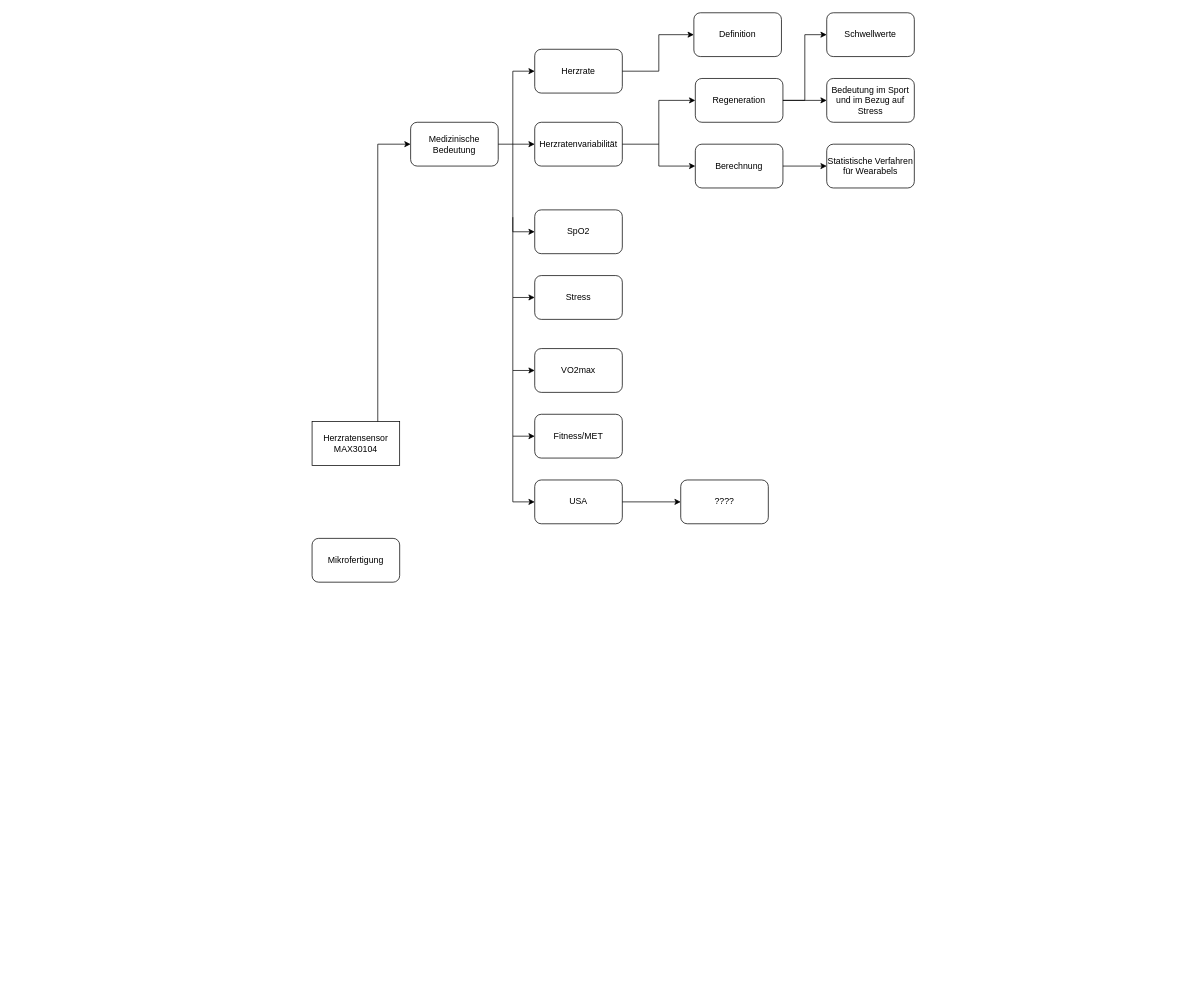
Earlier version of the draw.io diagram MNST.drawio (Lostqw1/Funfun). Source tidied: cells renumbered, new cells numbered last; positions are measured from the earlier drawing's top-left corner, leaving out a move shared by most shapes. Both pictures are drawn from the tidied source at 73%, with x=0, y=0 at pixel (312, 12).
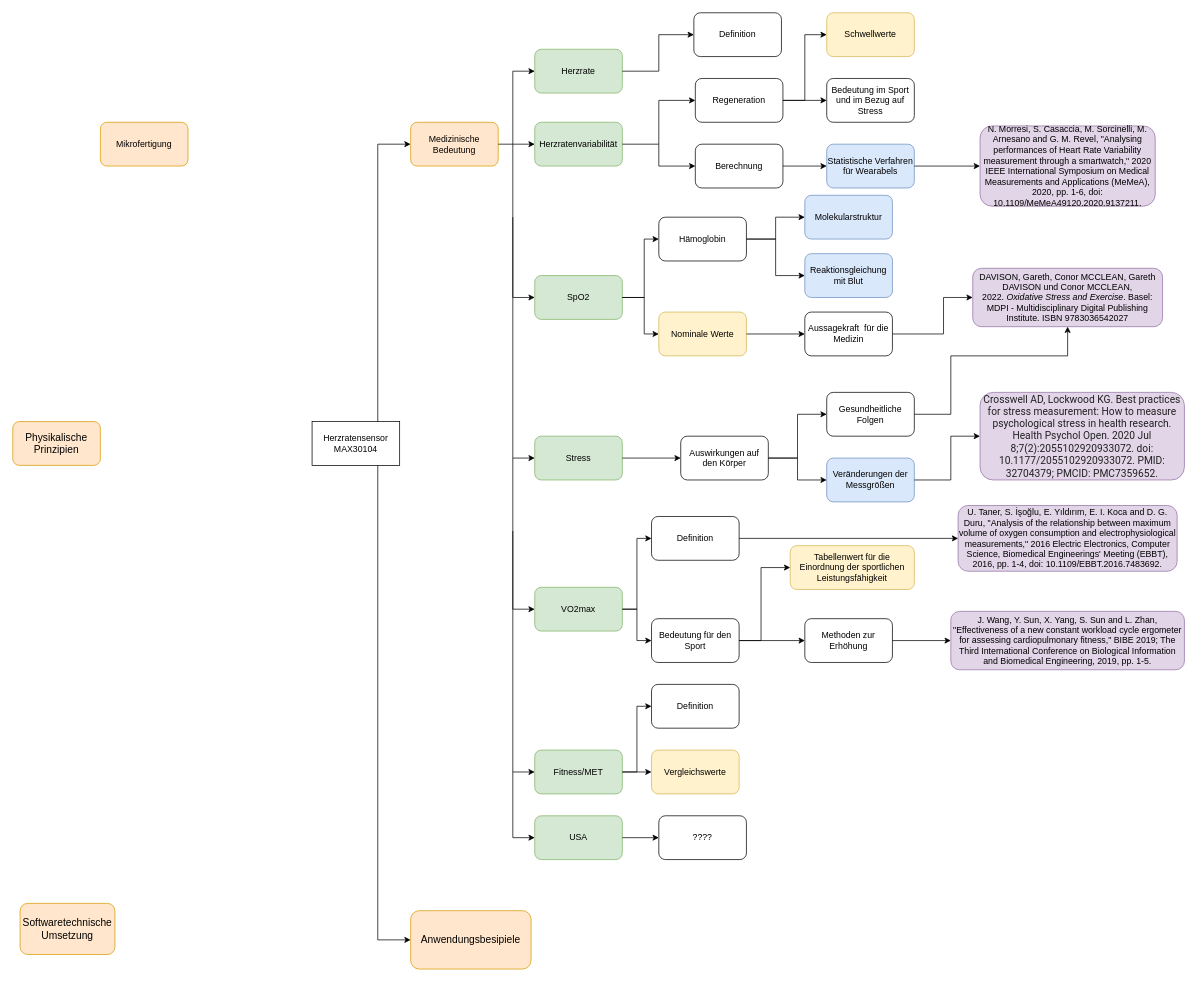
Above is the later version.

Unchanged cells that the change refers to:
```xml
<mxCell id="2" value="Herzratensensor&lt;br&gt;MAX30104" style="rounded=0;whiteSpace=wrap;html=1;" parent="1" vertex="1">
  <mxGeometry y="560" width="120" height="60" as="geometry" />
</mxCell>
```

Change to the diagram source:
```diff
@@
-    <mxCell id="3" value="Medizinische Bedeutung" style="rounded=1&#10;;whiteSpace=wrap;html=1;" parent="1" vertex="1">
+    <mxCell id="3" value="Medizinische Bedeutung" style="rounded=1&#10;;whiteSpace=wrap;html=1;fillColor=#ffe6cc;strokeColor=#d79b00;" parent="1" vertex="1">
       <mxGeometry x="135" y="150" width="120" height="60" as="geometry" />
     </mxCell>
-    <mxCell id="4" value="Mikrofertigung" style="rounded=1;whiteSpace=wrap;html=1;" parent="1" vertex="1">
-      <mxGeometry y="720" width="120" height="60" as="geometry" />
+    <mxCell id="4" value="Mikrofertigung" style="rounded=1;whiteSpace=wrap;html=1;fillColor=#ffe6cc;strokeColor=#d79b00;" parent="1" vertex="1">
+      <mxGeometry x="-290" y="150" width="120" height="60" as="geometry" />
     </mxCell>
@@
-    <mxCell id="6" value="Herzrate" style="rounded=1;whiteSpace=wrap;html=1;" parent="1" vertex="1">
+    <mxCell id="6" value="Herzrate" style="rounded=1;whiteSpace=wrap;html=1;fillColor=#d5e8d4;strokeColor=#82b366;" parent="1" vertex="1">
       <mxGeometry x="305" y="50" width="120" height="60" as="geometry" />
     </mxCell>
-    <mxCell id="7" value="Herzratenvariabilität" style="rounded=1;whiteSpace=wrap;html=1;" parent="1" vertex="1">
+    <mxCell id="7" value="Herzratenvariabilität" style="rounded=1;whiteSpace=wrap;html=1;fillColor=#d5e8d4;strokeColor=#82b366;" parent="1" vertex="1">
       <mxGeometry x="305" y="150" width="120" height="60" as="geometry" />
     </mxCell>
-    <mxCell id="8" value="SpO2" style="rounded=1;whiteSpace=wrap;html=1;" parent="1" vertex="1">
-      <mxGeometry x="305" y="270" width="120" height="60" as="geometry" />
+    <mxCell id="8" value="SpO2" style="rounded=1;whiteSpace=wrap;html=1;fillColor=#d5e8d4;strokeColor=#82b366;" parent="1" vertex="1">
+      <mxGeometry x="305" y="360" width="120" height="60" as="geometry" />
     </mxCell>
-    <mxCell id="9" value="Stress" style="rounded=1;whiteSpace=wrap;html=1;" parent="1" vertex="1">
-      <mxGeometry x="305" y="360" width="120" height="60" as="geometry" />
+    <mxCell id="9" value="Stress" style="rounded=1;whiteSpace=wrap;html=1;fillColor=#d5e8d4;strokeColor=#82b366;" parent="1" vertex="1">
+      <mxGeometry x="305" y="580" width="120" height="60" as="geometry" />
     </mxCell>
-    <mxCell id="10" value="VO2max" style="rounded=1;whiteSpace=wrap;html=1;" parent="1" vertex="1">
-      <mxGeometry x="305" y="460" width="120" height="60" as="geometry" />
+    <mxCell id="10" value="VO2max" style="rounded=1;whiteSpace=wrap;html=1;fillColor=#d5e8d4;strokeColor=#82b366;" parent="1" vertex="1">
+      <mxGeometry x="305" y="787" width="120" height="60" as="geometry" />
     </mxCell>
-    <mxCell id="11" value="Fitness/MET" style="rounded=1;whiteSpace=wrap;html=1;" parent="1" vertex="1">
-      <mxGeometry x="305" y="550" width="120" height="60" as="geometry" />
+    <mxCell id="11" value="Fitness/MET" style="rounded=1;whiteSpace=wrap;html=1;fillColor=#d5e8d4;strokeColor=#82b366;" parent="1" vertex="1">
+      <mxGeometry x="305" y="1010" width="120" height="60" as="geometry" />
     </mxCell>
-    <mxCell id="12" value="USA" style="rounded=1;whiteSpace=wrap;html=1;" parent="1" vertex="1">
-      <mxGeometry x="305" y="640" width="120" height="60" as="geometry" />
+    <mxCell id="12" value="USA" style="rounded=1;whiteSpace=wrap;html=1;fillColor=#d5e8d4;strokeColor=#82b366;" parent="1" vertex="1">
+      <mxGeometry x="305" y="1100" width="120" height="60" as="geometry" />
     </mxCell>
@@
     <mxCell id="18" style="endArrow=classic;html=1;rounded=0;entryX=0;entryY=0.5;entryDx=0;entryDy=0;" parent="1" edge="1" target="8">
       <mxGeometry relative="1" as="geometry">
         <mxPoint x="275" y="180" as="sourcePoint" />
         <Array as="points">
-          <mxPoint x="275" y="300" />
+          <mxPoint x="275" y="390" />
         </Array>
       </mxGeometry>
     </mxCell>
     <mxCell id="19" style="endArrow=classic;html=1;rounded=0;entryX=0;entryY=0.5;entryDx=0;entryDy=0;" parent="1" edge="1" target="9">
       <mxGeometry relative="1" as="geometry">
         <mxPoint x="275" y="280" as="sourcePoint" />
         <Array as="points">
-          <mxPoint x="275" y="390" />
+          <mxPoint x="275" y="610" />
         </Array>
       </mxGeometry>
     </mxCell>
     <mxCell id="20" value="????" style="rounded=1;whiteSpace=wrap;html=1;" parent="1" vertex="1">
-      <mxGeometry x="505" y="640" width="120" height="60" as="geometry" />
+      <mxGeometry x="475" y="1100" width="120" height="60" as="geometry" />
     </mxCell>
@@
     <mxCell id="22" style="endArrow=classic;html=1;rounded=0;entryX=0;entryY=0.5;entryDx=0;entryDy=0;" parent="1" edge="1" target="10">
       <mxGeometry relative="1" as="geometry">
-        <mxPoint x="275" y="390" as="sourcePoint" />
+        <mxPoint x="275" y="610" as="sourcePoint" />
         <Array as="points">
-          <mxPoint x="275" y="490" />
+          <mxPoint x="275" y="817" />
         </Array>
       </mxGeometry>
     </mxCell>
     <mxCell id="23" style="endArrow=classic;html=1;rounded=0;entryX=0;entryY=0.5;entryDx=0;entryDy=0;" parent="1" edge="1" target="11">
       <mxGeometry relative="1" as="geometry">
-        <mxPoint x="275" y="490" as="sourcePoint" />
+        <mxPoint x="275" y="710" as="sourcePoint" />
         <Array as="points">
-          <mxPoint x="275" y="580" />
+          <mxPoint x="275" y="800" />
+          <mxPoint x="275" y="1040" />
         </Array>
       </mxGeometry>
     </mxCell>
     <mxCell id="24" style="endArrow=classic;html=1;rounded=0;entryX=0;entryY=0.5;entryDx=0;entryDy=0;" parent="1" edge="1" target="12">
       <mxGeometry relative="1" as="geometry">
-        <mxPoint x="275" y="580" as="sourcePoint" />
+        <mxPoint x="275" y="1040" as="sourcePoint" />
         <Array as="points">
-          <mxPoint x="275" y="670" />
+          <mxPoint x="275" y="1130" />
         </Array>
       </mxGeometry>
     </mxCell>
@@
-    <mxCell id="26" value="Statistische Verfahren für Wearabels" style="rounded=1;whiteSpace=wrap;html=1;" parent="1" vertex="1">
+    <mxCell id="26" value="Statistische Verfahren für Wearabels" style="rounded=1;whiteSpace=wrap;html=1;fillColor=#dae8fc;strokeColor=#6c8ebf;" parent="1" vertex="1">
       <mxGeometry x="705" y="180" width="120" height="60" as="geometry" />
     </mxCell>
@@
-    <mxCell id="30" value="Schwellwerte" style="rounded=1;whiteSpace=wrap;html=1;" parent="1" vertex="1">
+    <mxCell id="30" value="Schwellwerte" style="rounded=1;whiteSpace=wrap;html=1;fillColor=#fff2cc;strokeColor=#d6b656;" parent="1" vertex="1">
       <mxGeometry x="705" width="120" height="60" as="geometry" />
     </mxCell>
@@
+    <mxCell id="34" value="Auswirkungen auf den Körper" style="rounded=1;whiteSpace=wrap;html=1;" parent="1" vertex="1">
+      <mxGeometry x="505" y="580" width="120" height="60" as="geometry" />
+    </mxCell>
+    <mxCell id="35" value="Gesundheitliche Folgen" style="rounded=1;whiteSpace=wrap;html=1;" parent="1" vertex="1">
+      <mxGeometry x="705" y="520" width="120" height="60" as="geometry" />
+    </mxCell>
+    <mxCell id="36" value="Veränderungen der Messgrößen" style="rounded=1;whiteSpace=wrap;html=1;fillColor=#dae8fc;strokeColor=#6c8ebf;" parent="1" vertex="1">
+      <mxGeometry x="705" y="610" width="120" height="60" as="geometry" />
+    </mxCell>
+    <mxCell id="37" style="endArrow=classic;html=1;rounded=0;exitX=1;exitY=0.5;exitDx=0;exitDy=0;entryX=0;entryY=0.5;entryDx=0;entryDy=0;" parent="1" edge="1" source="9" target="34">
+      <mxGeometry relative="1" as="geometry" />
+    </mxCell>
+    <mxCell id="38" style="endArrow=classic;html=1;rounded=0;exitX=1;exitY=0.5;exitDx=0;exitDy=0;entryX=0;entryY=0.5;entryDx=0;entryDy=0;" parent="1" edge="1" source="34" target="35">
+      <mxGeometry relative="1" as="geometry">
+        <Array as="points">
+          <mxPoint x="665" y="610" />
+          <mxPoint x="665" y="550" />
+        </Array>
+      </mxGeometry>
+    </mxCell>
+    <mxCell id="39" style="endArrow=classic;html=1;rounded=0;entryX=0;entryY=0.5;entryDx=0;entryDy=0;" parent="1" edge="1" target="36">
+      <mxGeometry relative="1" as="geometry">
+        <mxPoint x="625" y="610" as="sourcePoint" />
+        <Array as="points">
+          <mxPoint x="665" y="610" />
+          <mxPoint x="665" y="640" />
+        </Array>
+      </mxGeometry>
+    </mxCell>
+    <mxCell id="40" value="Hämoglobin" style="rounded=1;whiteSpace=wrap;html=1;" parent="1" vertex="1">
+      <mxGeometry x="475" y="280" width="120" height="60" as="geometry" />
+    </mxCell>
+    <mxCell id="41" value="Nominale Werte" style="rounded=1;whiteSpace=wrap;html=1;fillColor=#fff2cc;strokeColor=#d6b656;" parent="1" vertex="1">
+      <mxGeometry x="475" y="410" width="120" height="60" as="geometry" />
+    </mxCell>
+    <mxCell id="42" value="Aussagekraft &amp;nbsp;für die Medizin" style="rounded=1;whiteSpace=wrap;html=1;" parent="1" vertex="1">
+      <mxGeometry x="675" y="410" width="120" height="60" as="geometry" />
+    </mxCell>
+    <mxCell id="43" style="endArrow=classic;html=1;rounded=0;exitX=1;exitY=0.5;exitDx=0;exitDy=0;entryX=0;entryY=0.5;entryDx=0;entryDy=0;" parent="1" edge="1" source="8" target="41">
+      <mxGeometry relative="1" as="geometry">
+        <Array as="points">
+          <mxPoint x="455" y="390" />
+          <mxPoint x="455" y="440" />
+        </Array>
+      </mxGeometry>
+    </mxCell>
+    <mxCell id="44" style="endArrow=classic;html=1;rounded=0;entryX=0;entryY=0.5;entryDx=0;entryDy=0;exitX=1;exitY=0.5;exitDx=0;exitDy=0;" parent="1" edge="1" source="8" target="40">
+      <mxGeometry relative="1" as="geometry">
+        <Array as="points">
+          <mxPoint x="455" y="390" />
+          <mxPoint x="455" y="310" />
+        </Array>
+      </mxGeometry>
+    </mxCell>
+    <mxCell id="45" value="Reaktionsgleichung mit Blut" style="rounded=1;whiteSpace=wrap;html=1;fillColor=#dae8fc;strokeColor=#6c8ebf;" parent="1" vertex="1">
+      <mxGeometry x="675" y="330" width="120" height="60" as="geometry" />
+    </mxCell>
+    <mxCell id="46" value="Molekularstruktur" style="rounded=1;whiteSpace=wrap;html=1;fillColor=#dae8fc;strokeColor=#6c8ebf;" parent="1" vertex="1">
+      <mxGeometry x="675" y="250" width="120" height="60" as="geometry" />
+    </mxCell>
+    <mxCell id="47" style="endArrow=classic;html=1;rounded=0;exitX=1;exitY=0.5;exitDx=0;exitDy=0;entryX=0;entryY=0.5;entryDx=0;entryDy=0;" parent="1" edge="1" source="40" target="46">
+      <mxGeometry relative="1" as="geometry">
+        <Array as="points">
+          <mxPoint x="635" y="310" />
+          <mxPoint x="635" y="280" />
+        </Array>
+      </mxGeometry>
+    </mxCell>
+    <mxCell id="48" style="endArrow=classic;html=1;rounded=0;exitX=1;exitY=0.5;exitDx=0;exitDy=0;entryX=0;entryY=0.5;entryDx=0;entryDy=0;" parent="1" edge="1" source="40" target="45">
+      <mxGeometry relative="1" as="geometry">
+        <Array as="points">
+          <mxPoint x="635" y="310" />
+          <mxPoint x="635" y="360" />
+        </Array>
+      </mxGeometry>
+    </mxCell>
+    <mxCell id="49" style="endArrow=classic;html=1;rounded=0;exitX=1;exitY=0.5;exitDx=0;exitDy=0;entryX=0;entryY=0.5;entryDx=0;entryDy=0;" parent="1" edge="1" source="41" target="42">
+      <mxGeometry relative="1" as="geometry" />
+    </mxCell>
+    <mxCell id="50" value="Definition" style="rounded=1;whiteSpace=wrap;html=1;" parent="1" vertex="1">
+      <mxGeometry x="465" y="690" width="120" height="60" as="geometry" />
+    </mxCell>
+    <mxCell id="51" value="Bedeutung für den Sport" style="rounded=1;whiteSpace=wrap;html=1;" parent="1" vertex="1">
+      <mxGeometry x="465" y="830" width="120" height="60" as="geometry" />
+    </mxCell>
+    <mxCell id="52" value="Tabellenwert für die Einordnung der sportlichen Leistungsfähigkeit" style="rounded=1;whiteSpace=wrap;html=1;fillColor=#fff2cc;strokeColor=#d6b656;" parent="1" vertex="1">
+      <mxGeometry x="655" y="730" width="170" height="60" as="geometry" />
+    </mxCell>
+    <mxCell id="53" value="Methoden zur Erhöhung" style="rounded=1;whiteSpace=wrap;html=1;" parent="1" vertex="1">
+      <mxGeometry x="675" y="830" width="120" height="60" as="geometry" />
+    </mxCell>
+    <mxCell id="54" style="endArrow=classic;html=1;rounded=0;exitX=1;exitY=0.5;exitDx=0;exitDy=0;entryX=0;entryY=0.5;entryDx=0;entryDy=0;" parent="1" edge="1" source="51" target="53">
+      <mxGeometry relative="1" as="geometry" />
+    </mxCell>
+    <mxCell id="55" style="endArrow=classic;html=1;rounded=0;entryX=0;entryY=0.5;entryDx=0;entryDy=0;exitX=1;exitY=0.5;exitDx=0;exitDy=0;" parent="1" edge="1" source="51" target="52">
+      <mxGeometry relative="1" as="geometry">
+        <Array as="points">
+          <mxPoint x="615" y="860" />
+          <mxPoint x="615" y="760" />
+        </Array>
+      </mxGeometry>
+    </mxCell>
+    <mxCell id="56" style="endArrow=classic;html=1;rounded=0;entryX=0;entryY=0.5;entryDx=0;entryDy=0;exitX=1;exitY=0.5;exitDx=0;exitDy=0;" parent="1" edge="1" source="10" target="50">
+      <mxGeometry relative="1" as="geometry">
+        <Array as="points">
+          <mxPoint x="445" y="817" />
+          <mxPoint x="445" y="720" />
+        </Array>
+      </mxGeometry>
+    </mxCell>
+    <mxCell id="57" style="endArrow=classic;html=1;rounded=0;exitX=1;exitY=0.5;exitDx=0;exitDy=0;entryX=0;entryY=0.5;entryDx=0;entryDy=0;" parent="1" edge="1" source="10" target="51">
+      <mxGeometry relative="1" as="geometry">
+        <Array as="points">
+          <mxPoint x="445" y="817" />
+          <mxPoint x="445" y="860" />
+        </Array>
+      </mxGeometry>
+    </mxCell>
+    <mxCell id="58" value="Vergleichswerte" style="rounded=1;whiteSpace=wrap;html=1;fillColor=#fff2cc;strokeColor=#d6b656;" parent="1" vertex="1">
+      <mxGeometry x="465" y="1010" width="120" height="60" as="geometry" />
+    </mxCell>
+    <mxCell id="59" value="Definition" style="rounded=1;whiteSpace=wrap;html=1;" parent="1" vertex="1">
+      <mxGeometry x="465" y="920" width="120" height="60" as="geometry" />
+    </mxCell>
+    <mxCell id="60" style="endArrow=classic;html=1;rounded=0;entryX=0;entryY=0.5;entryDx=0;entryDy=0;exitX=1;exitY=0.5;exitDx=0;exitDy=0;" parent="1" edge="1" source="11" target="58">
+      <mxGeometry relative="1" as="geometry" />
+    </mxCell>
+    <mxCell id="61" style="endArrow=classic;html=1;rounded=0;entryX=0;entryY=0.5;entryDx=0;entryDy=0;" parent="1" edge="1" target="59">
+      <mxGeometry relative="1" as="geometry">
+        <mxPoint x="425" y="1040" as="sourcePoint" />
+        <Array as="points">
+          <mxPoint x="445" y="1040" />
+          <mxPoint x="445" y="950" />
+        </Array>
+      </mxGeometry>
+    </mxCell>
+    <mxCell id="62" value="U. Taner, S. İşoğlu, E. Yıldırım, E. I. Koca and D. G. Duru, &quot;Analysis of the relationship between maximum volume of oxygen consumption and electrophysiological measurements,&quot; 2016 Electric Electronics, Computer Science, Biomedical Engineerings' Meeting (EBBT), 2016, pp. 1-4, doi: 10.1109/EBBT.2016.7483692." style="rounded=1;whiteSpace=wrap;html=1;fillColor=#e1d5e7;strokeColor=#9673a6;" parent="1" vertex="1">
+      <mxGeometry x="885" y="675" width="300" height="90" as="geometry" />
+    </mxCell>
+    <mxCell id="63" style="endArrow=classic;html=1;rounded=0;entryX=0;entryY=0.5;entryDx=0;entryDy=0;exitX=1;exitY=0.5;exitDx=0;exitDy=0;" parent="1" edge="1" source="50" target="62">
+      <mxGeometry relative="1" as="geometry" />
+    </mxCell>
+    <mxCell id="64" value="J. Wang, Y. Sun, X. Yang, S. Sun and L. Zhan, &quot;Effectiveness of a new constant workload cycle ergometer for assessing cardiopulmonary fitness,&quot; BIBE 2019; The Third International Conference on Biological Information and Biomedical Engineering, 2019, pp. 1-5." style="rounded=1;whiteSpace=wrap;html=1;fillColor=#e1d5e7;strokeColor=#9673a6;" parent="1" vertex="1">
+      <mxGeometry x="875" y="820" width="320" height="80" as="geometry" />
+    </mxCell>
+    <mxCell id="65" style="endArrow=classic;html=1;rounded=0;entryX=0;entryY=0.5;entryDx=0;entryDy=0;" parent="1" edge="1" target="64">
+      <mxGeometry relative="1" as="geometry">
+        <mxPoint x="795" y="860" as="sourcePoint" />
+      </mxGeometry>
+    </mxCell>
+    <mxCell id="66" style="endArrow=classic;html=1;rounded=0;exitX=1;exitY=0.5;exitDx=0;exitDy=0;entryX=0;entryY=0.5;entryDx=0;entryDy=0;" parent="1" edge="1" source="26" target="67">
+      <mxGeometry relative="1" as="geometry" />
+    </mxCell>
+    <mxCell id="67" value="N. Morresi, S. Casaccia, M. Sorcinelli, M. Arnesano and G. M. Revel, &quot;Analysing performances of Heart Rate Variability measurement through a smartwatch,&quot; 2020 IEEE International Symposium on Medical Measurements and Applications (MeMeA), 2020, pp. 1-6, doi: 10.1109/MeMeA49120.2020.9137211." style="rounded=1;whiteSpace=wrap;html=1;fillColor=#e1d5e7;strokeColor=#9673a6;" parent="1" vertex="1">
+      <mxGeometry x="915" y="155" width="240" height="110" as="geometry" />
+    </mxCell>
+    <mxCell id="68" value="&lt;font style=&quot;font-size: 12px;&quot;&gt;&lt;span style=&quot;caret-color: rgb(33, 37, 41); font-family: myriad-pro-semi-condensed, Arial, Helvetica, sans-serif; text-align: left;&quot;&gt;DAVISON, Gareth, Conor MCCLEAN, Gareth DAVISON und Conor MCCLEAN, 2022.&amp;nbsp;&lt;/span&gt;&lt;em style=&quot;box-sizing: border-box; caret-color: rgb(33, 37, 41); font-family: myriad-pro-semi-condensed, Arial, Helvetica, sans-serif; text-align: left;&quot;&gt;Oxidative Stress and Exercise&lt;/em&gt;&lt;span style=&quot;caret-color: rgb(33, 37, 41); font-family: myriad-pro-semi-condensed, Arial, Helvetica, sans-serif; text-align: left;&quot;&gt;. Basel: MDPI - Multidisciplinary Digital Publishing Institute. ISBN&amp;nbsp;9783036542027&lt;/span&gt;&lt;/font&gt;" style="rounded=1;whiteSpace=wrap;html=1;fillColor=#e1d5e7;strokeColor=#9673a6;labelBackgroundColor=none;" parent="1" vertex="1">
+      <mxGeometry x="905" y="350" width="260" height="80" as="geometry" />
+    </mxCell>
+    <mxCell id="69" style="endArrow=classic;html=1;rounded=0;fontSize=12;entryX=0;entryY=0.5;entryDx=0;entryDy=0;exitX=1;exitY=0.5;exitDx=0;exitDy=0;" parent="1" edge="1" source="42" target="68">
+      <mxGeometry relative="1" as="geometry">
+        <Array as="points">
+          <mxPoint x="865" y="440" />
+          <mxPoint x="865" y="390" />
+        </Array>
+      </mxGeometry>
+    </mxCell>
+    <mxCell id="70" style="endArrow=classic;html=1;rounded=0;fontSize=12;entryX=0.5;entryY=1;entryDx=0;entryDy=0;exitX=1;exitY=0.5;exitDx=0;exitDy=0;" parent="1" edge="1" source="35" target="68">
+      <mxGeometry relative="1" as="geometry">
+        <Array as="points">
+          <mxPoint x="875" y="550" />
+          <mxPoint x="875" y="470" />
+          <mxPoint x="1035" y="470" />
+        </Array>
+      </mxGeometry>
+    </mxCell>
+    <mxCell id="71" style="endArrow=classic;html=1;rounded=0;fontSize=12;fontColor=#000000;exitX=1;exitY=0.5;exitDx=0;exitDy=0;entryX=0;entryY=0.5;entryDx=0;entryDy=0;" parent="1" edge="1" source="36" target="72">
+      <mxGeometry relative="1" as="geometry">
+        <Array as="points">
+          <mxPoint x="875" y="640" />
+          <mxPoint x="875" y="580" />
+        </Array>
+      </mxGeometry>
+    </mxCell>
+    <mxCell id="72" value="&lt;span style=&quot;text-align: start; caret-color: rgb(33, 33, 33); color: rgb(33, 33, 33); font-family: Roboto, &amp;quot;Helvetica Neue&amp;quot;, Arial, Tahoma; font-size: 14px;&quot;&gt;Crosswell AD, Lockwood KG. Best practices for stress measurement: How to measure psychological stress in health research. Health Psychol Open. 2020 Jul 8;7(2):2055102920933072. doi: 10.1177/2055102920933072. PMID: 32704379; PMCID: PMC7359652.&lt;/span&gt;" style="rounded=1;whiteSpace=wrap;html=1;fontSize=14;fillColor=#e1d5e7;strokeColor=#9673a6;labelBackgroundColor=none;" parent="1" vertex="1">
+      <mxGeometry x="915" y="520" width="280" height="120" as="geometry" />
+    </mxCell>
+    <mxCell id="73" value="Anwendungsbesipiele" style="rounded=1;whiteSpace=wrap;html=1;labelBackgroundColor=none;fontSize=14;fillColor=#ffe6cc;strokeColor=#d79b00;" parent="1" vertex="1">
+      <mxGeometry x="135" y="1230" width="165" height="80" as="geometry" />
+    </mxCell>
+    <mxCell id="74" style="endArrow=classic;html=1;rounded=0;fontSize=14;fontColor=#000000;entryX=0;entryY=0.5;entryDx=0;entryDy=0;exitX=0.75;exitY=1;exitDx=0;exitDy=0;" parent="1" edge="1" source="2" target="73">
+      <mxGeometry relative="1" as="geometry">
+        <Array as="points">
+          <mxPoint x="90" y="1270" />
+        </Array>
+      </mxGeometry>
+    </mxCell>
+    <mxCell id="75" value="Physikalische Prinzipien" style="rounded=1;whiteSpace=wrap;html=1;labelBackgroundColor=none;fontSize=14;fillColor=#ffe6cc;strokeColor=#d79b00;" parent="1" vertex="1">
+      <mxGeometry x="-410" y="560" width="120" height="60" as="geometry" />
+    </mxCell>
+    <mxCell id="76" value="Softwaretechnische&lt;br&gt;Umsetzung" style="rounded=1;whiteSpace=wrap;html=1;labelBackgroundColor=none;fontSize=14;fillColor=#ffe6cc;strokeColor=#d79b00;" parent="1" vertex="1">
+      <mxGeometry x="-400" y="1220" width="130" height="70" as="geometry" />
+    </mxCell>
```
